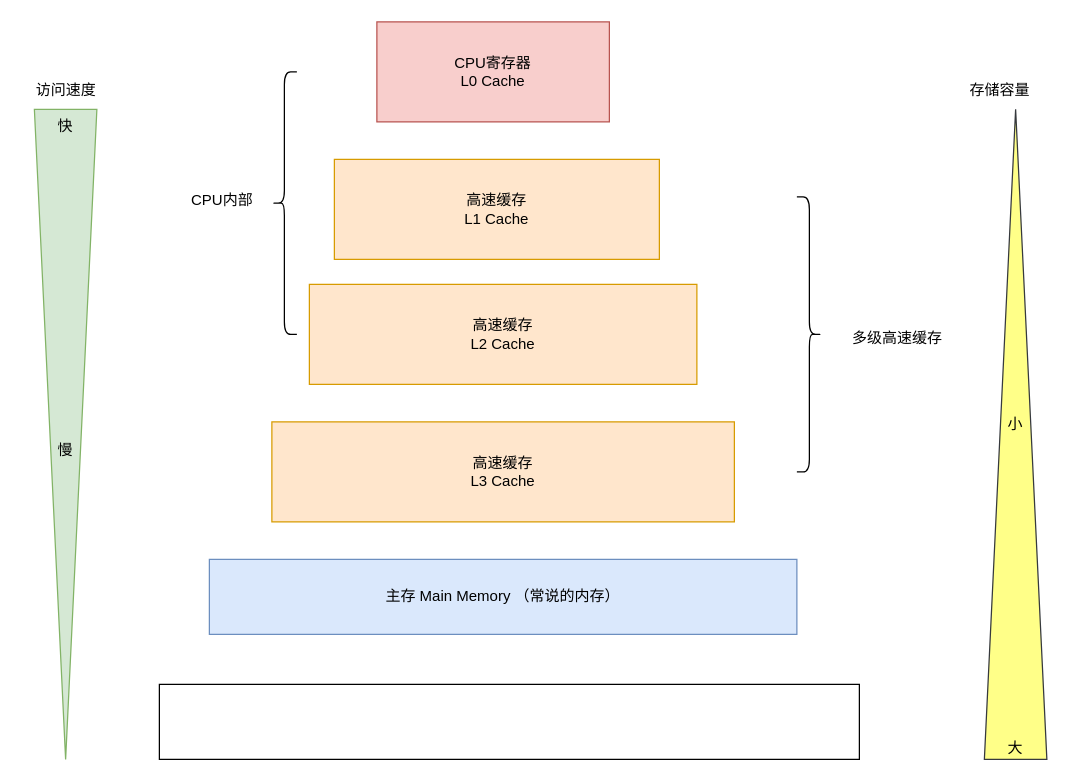
Above: 存储器的层级架构.drawio in ChengziMao/diagrams (draw.io), before the change. Source tidied: cells renumbered, new cells numbered last; positions are measured from the earlier drawing's top-left corner, leaving out a move shared by most shapes. Both pictures are drawn from the tidied source at 125%, with x=0, y=0 at pixel (21, 21).
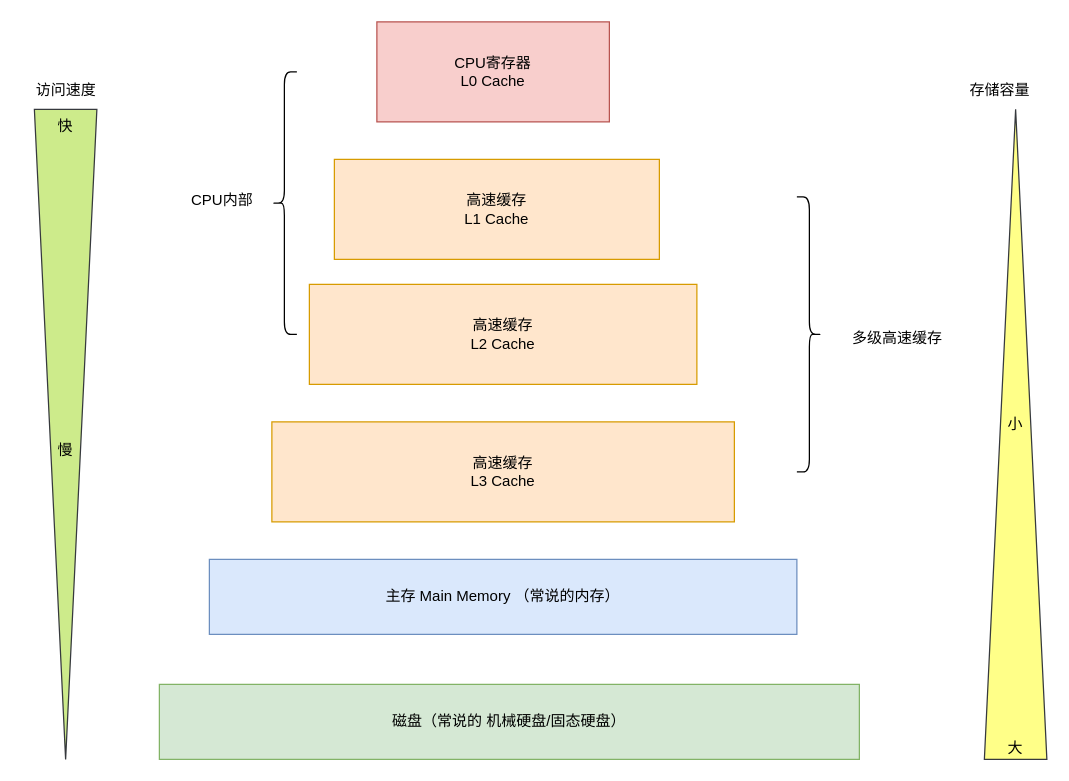
The same diagram, later.

Commit message (it also covers changes not shown here):
更新存储器的层级架构.drawio

Change to the diagram source:
```diff
@@
 <mxGraphModel>
   <root>
     <mxCell id="0" />
     <mxCell id="1" parent="0" />
     <mxCell id="2" value="CPU寄存器&lt;div&gt;L0 Cache&lt;/div&gt;" style="rounded=0;whiteSpace=wrap;html=1;fillColor=#f8cecc;strokeColor=#b85450;" parent="1" vertex="1">
       <mxGeometry x="284" width="186" height="80" as="geometry" />
     </mxCell>
     <mxCell id="3" value="高速缓存&lt;div&gt;L1 Cache&lt;/div&gt;" style="rounded=0;whiteSpace=wrap;html=1;fillColor=#ffe6cc;strokeColor=#d79b00;" parent="1" vertex="1">
       <mxGeometry x="250" y="110" width="260" height="80" as="geometry" />
     </mxCell>
     <mxCell id="4" value="高速缓存&lt;div&gt;L2 Cache&lt;/div&gt;" style="rounded=0;whiteSpace=wrap;html=1;fillColor=#ffe6cc;strokeColor=#d79b00;" parent="1" vertex="1">
       <mxGeometry x="230" y="210" width="310" height="80" as="geometry" />
     </mxCell>
     <mxCell id="5" value="高速缓存&lt;div&gt;L3 Cache&lt;/div&gt;" style="rounded=0;whiteSpace=wrap;html=1;fillColor=#ffe6cc;strokeColor=#d79b00;" parent="1" vertex="1">
       <mxGeometry x="200" y="320" width="370" height="80" as="geometry" />
     </mxCell>
     <mxCell id="6" value="主存 Main Memory （常说的内存）" style="rounded=0;whiteSpace=wrap;html=1;fillColor=#dae8fc;strokeColor=#6c8ebf;" parent="1" vertex="1">
       <mxGeometry x="150" y="430" width="470" height="60" as="geometry" />
     </mxCell>
     <mxCell id="7" style="shape=curlyBracket;whiteSpace=wrap;html=1;rounded=1;labelPosition=left;verticalLabelPosition=middle;align=right;verticalAlign=middle;" parent="1" vertex="1">
       <mxGeometry x="200" y="40" width="20" height="210" as="geometry" />
     </mxCell>
     <mxCell id="8" value="CPU内部" style="text;html=1;align=center;verticalAlign=middle;strokeColor=none;fillColor=none;" parent="1" vertex="1">
       <mxGeometry x="125" y="128" width="70" height="30" as="geometry" />
     </mxCell>
     <mxCell id="9" style="shape=curlyBracket;whiteSpace=wrap;html=1;rounded=1;flipH=1;labelPosition=right;verticalLabelPosition=middle;align=left;verticalAlign=middle;size=0.5;" parent="1" vertex="1">
       <mxGeometry x="620" y="140" width="20" height="220" as="geometry" />
     </mxCell>
     <mxCell id="10" value="多级高速缓存" style="text;html=1;align=center;verticalAlign=middle;strokeColor=none;fillColor=none;" parent="1" vertex="1">
       <mxGeometry x="650" y="238" width="100" height="30" as="geometry" />
     </mxCell>
-    <mxCell id="11" value="快&lt;br&gt;&lt;br&gt;&lt;br&gt;&lt;br&gt;&lt;br&gt;&lt;br&gt;&lt;br&gt;&lt;br&gt;&lt;br&gt;&lt;br&gt;&lt;br&gt;&lt;br&gt;&lt;br&gt;&lt;br&gt;&lt;br&gt;&lt;br&gt;&lt;br&gt;&lt;br&gt;慢" style="triangle;whiteSpace=wrap;html=1;direction=south;verticalAlign=top;fillColor=#d5e8d4;strokeColor=#82b366;" parent="1" vertex="1">
+    <mxCell id="11" value="快&lt;br&gt;&lt;br&gt;&lt;br&gt;&lt;br&gt;&lt;br&gt;&lt;br&gt;&lt;br&gt;&lt;br&gt;&lt;br&gt;&lt;br&gt;&lt;br&gt;&lt;br&gt;&lt;br&gt;&lt;br&gt;&lt;br&gt;&lt;br&gt;&lt;br&gt;&lt;br&gt;慢" style="triangle;whiteSpace=wrap;html=1;direction=south;verticalAlign=top;fillColor=#cdeb8b;strokeColor=#36393d;" parent="1" vertex="1">
       <mxGeometry x="10" y="70" width="50" height="520" as="geometry" />
     </mxCell>
-    <mxCell id="12" style="rounded=0;whiteSpace=wrap;html=1;" parent="1" vertex="1">
+    <mxCell id="12" value="磁盘（常说的 机械硬盘/固态硬盘）" style="rounded=0;whiteSpace=wrap;html=1;fillColor=#d5e8d4;strokeColor=#82b366;" parent="1" vertex="1">
       <mxGeometry x="110" y="530" width="560" height="60" as="geometry" />
     </mxCell>
     <mxCell id="13" value="访问速度" style="text;html=1;align=center;verticalAlign=middle;strokeColor=none;fillColor=none;" parent="1" vertex="1">
       <mxGeometry y="40" width="70" height="30" as="geometry" />
     </mxCell>
     <mxCell id="14" value="小&lt;br&gt;&lt;br&gt;&lt;br&gt;&lt;br&gt;&lt;br&gt;&lt;br&gt;&lt;br&gt;&lt;br&gt;&lt;br&gt;&lt;br&gt;&lt;br&gt;&lt;br&gt;&lt;br&gt;&lt;br&gt;&lt;br&gt;&lt;br&gt;&lt;br&gt;&lt;br&gt;大" style="triangle;whiteSpace=wrap;html=1;direction=north;verticalAlign=bottom;fillColor=#ffff88;strokeColor=#36393d;" parent="1" vertex="1">
       <mxGeometry x="770" y="70" width="50" height="520" as="geometry" />
     </mxCell>
     <mxCell id="15" value="存储容量" style="text;html=1;align=center;verticalAlign=middle;strokeColor=none;fillColor=none;" parent="1" vertex="1">
       <mxGeometry x="747" y="40" width="70" height="30" as="geometry" />
     </mxCell>
   </root>
 </mxGraphModel>
```
